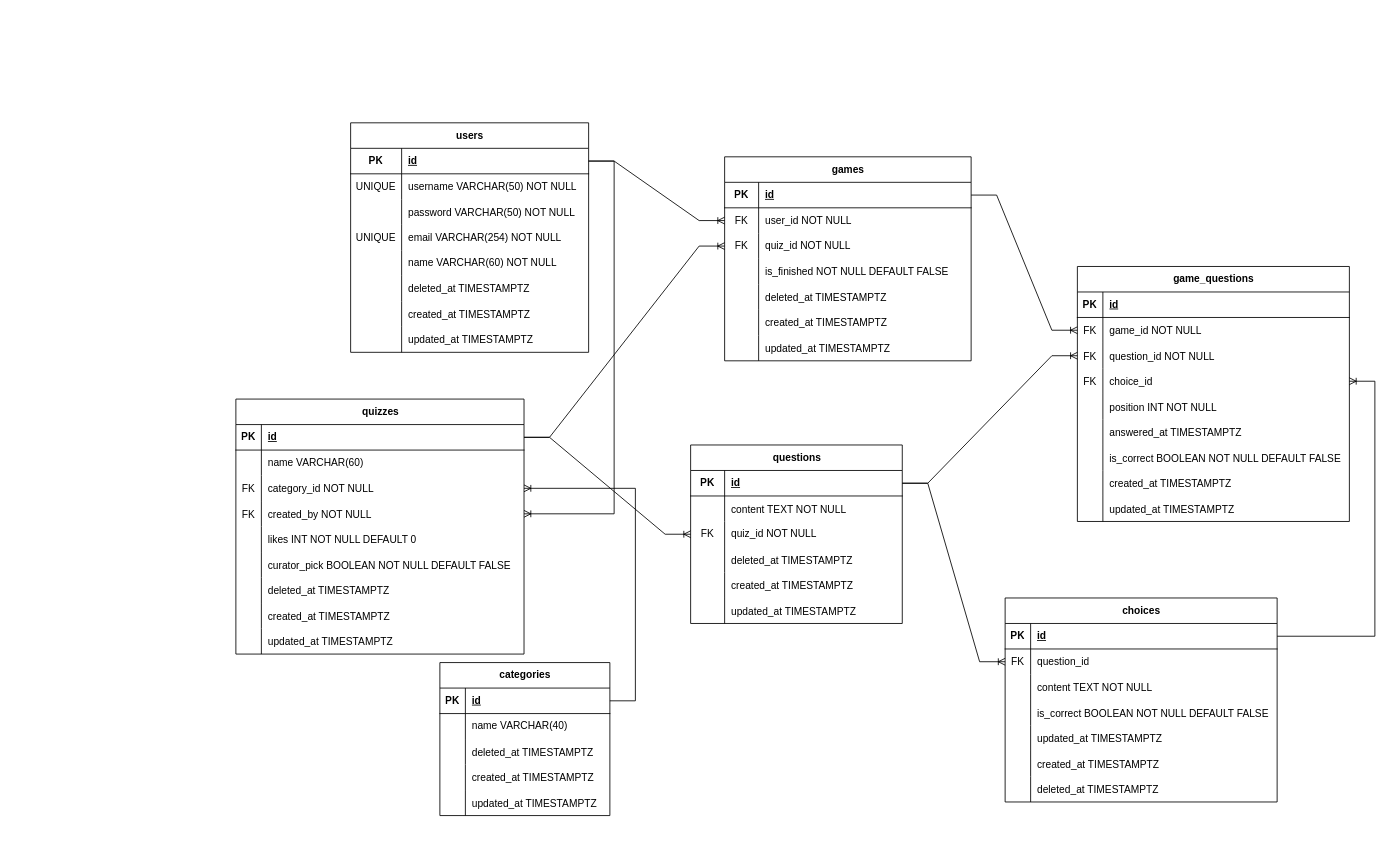
Earlier version of the draw.io diagram docs/db/diagramaLogico.drawio (yandevv/backend-intelliquiz). Source tidied: cells renumbered, new cells numbered last; positions are measured from the earlier drawing's top-left corner, leaving out a move shared by most shapes. Both pictures are drawn from the tidied source at 85%, with x=0, y=0 at pixel (235, 122).
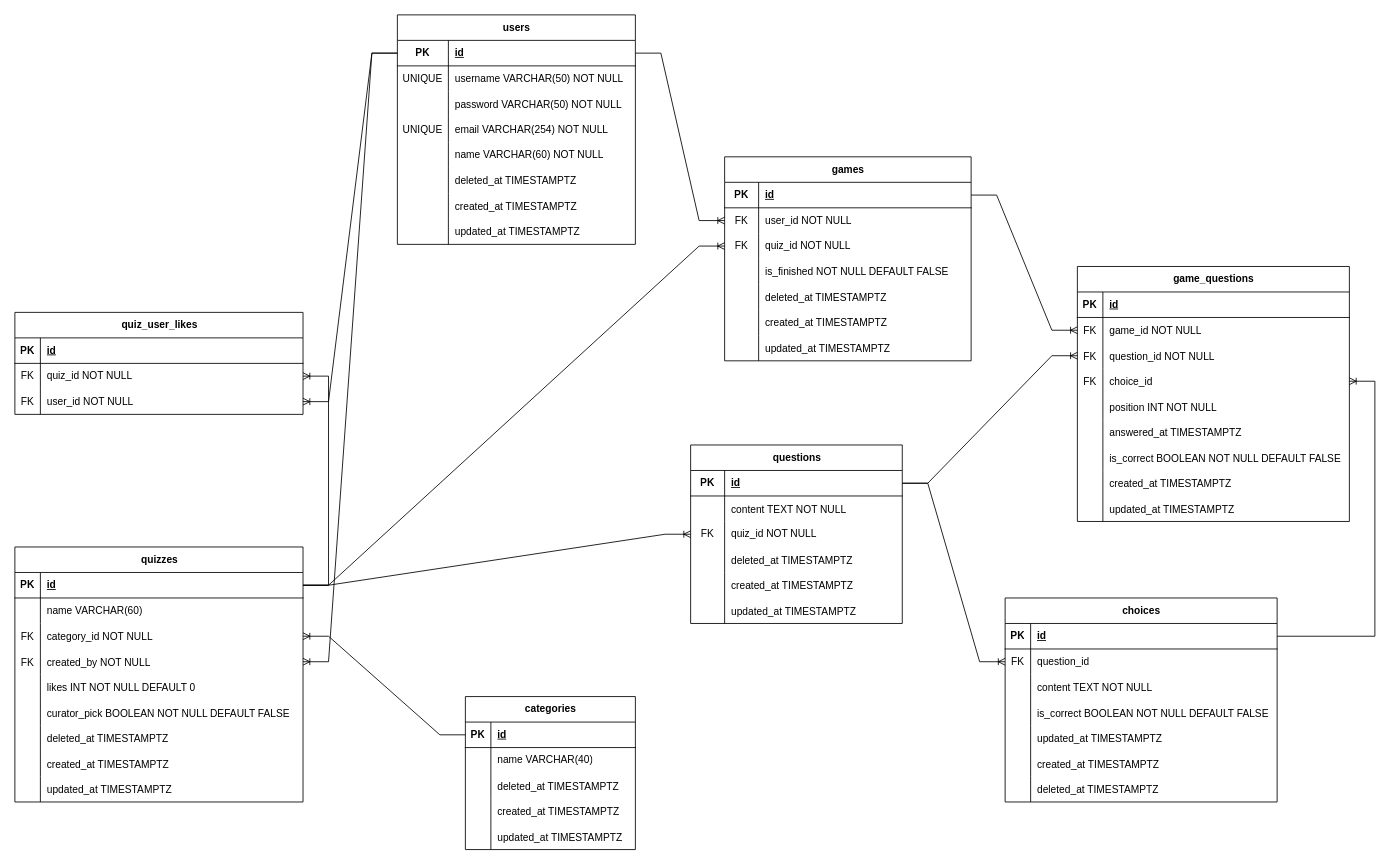
Above is the later version.

Commit message (it also covers changes not shown here):
docs(logicalDiagram): added likes relation between users and quizzes on documentation

The change refers to these unchanged cells:
```xml
<mxCell id="7" style="shape=tableRow;horizontal=0;startSize=0;swimlaneHead=0;swimlaneBody=0;fillColor=none;points=[[0,0.5],[1,0.5]];portConstraint=eastwest;top=0;left=0;right=0;bottom=1;" parent="6" vertex="1">
  <mxGeometry y="30" width="280" height="30" as="geometry" />
</mxCell>
<mxCell id="32" style="shape=tableRow;horizontal=0;startSize=0;swimlaneHead=0;swimlaneBody=0;fillColor=none;points=[[0,0.5],[1,0.5]];portConstraint=eastwest;top=0;left=0;right=0;bottom=1;" parent="31" vertex="1">
  <mxGeometry y="30" width="339" height="30" as="geometry" />
</mxCell>
```

What changed in the source:
```diff
@@
     <mxCell id="6" value="users" style="shape=table;startSize=30;childLayout=tableLayout;rowLines=0;fontStyle=1;align=center;html=1;" parent="1" vertex="1">
-      <mxGeometry x="135" width="280" height="270" as="geometry" />
+      <mxGeometry x="190" y="-127" width="280" height="270" as="geometry" />
     </mxCell>
@@
     <mxCell id="31" value="quizzes" style="shape=table;startSize=30;childLayout=tableLayout;rowLines=0;fontStyle=1;align=center;html=1;" parent="1" vertex="1">
-      <mxGeometry y="325" width="339" height="300" as="geometry" />
+      <mxGeometry x="-260" y="499" width="339" height="300" as="geometry" />
     </mxCell>
@@
     <mxCell id="78" value="categories" style="shape=table;startSize=30;childLayout=tableLayout;rowLines=0;fontStyle=1;align=center;html=1;" parent="1" vertex="1">
-      <mxGeometry x="240" y="635" width="200" height="180" as="geometry" />
+      <mxGeometry x="270" y="675" width="200" height="180" as="geometry" />
     </mxCell>
@@
+    <mxCell id="171" value="quiz_user_likes" style="shape=table;startSize=30;childLayout=tableLayout;rowLines=0;fontStyle=1;align=center;html=1;" parent="1" vertex="1">
+      <mxGeometry x="-260" y="223" width="339" height="120" as="geometry" />
+    </mxCell>
+    <mxCell id="172" style="shape=tableRow;horizontal=0;startSize=0;swimlaneHead=0;swimlaneBody=0;fillColor=none;top=0;left=0;right=0;bottom=1;" parent="171" vertex="1">
+      <mxGeometry y="30" width="339" height="30" as="geometry" />
+    </mxCell>
+    <mxCell id="173" value="PK" style="shape=partialRectangle;fillColor=none;top=0;left=0;bottom=0;right=0;fontStyle=1;overflow=hidden;whiteSpace=wrap;html=1;" parent="172" vertex="1">
+      <mxGeometry width="30" height="30" as="geometry" />
+    </mxCell>
+    <mxCell id="174" value="id" style="shape=partialRectangle;fillColor=none;top=0;left=0;bottom=0;right=0;align=left;spacingLeft=6;fontStyle=5;overflow=hidden;whiteSpace=wrap;html=1;" parent="172" vertex="1">
+      <mxGeometry x="30" width="309" height="30" as="geometry" />
+    </mxCell>
+    <mxCell id="175" style="shape=tableRow;horizontal=0;startSize=0;swimlaneHead=0;swimlaneBody=0;fillColor=none;points=[[0,0.5],[1,0.5]];portConstraint=eastwest;top=0;left=0;right=0;bottom=0;" parent="171" vertex="1">
+      <mxGeometry y="60" width="339" height="30" as="geometry" />
+    </mxCell>
+    <mxCell id="176" value="FK" style="shape=partialRectangle;fillColor=none;top=0;left=0;bottom=0;right=0;overflow=hidden;whiteSpace=wrap;html=1;" parent="175" vertex="1">
+      <mxGeometry width="30" height="30" as="geometry" />
+    </mxCell>
+    <mxCell id="177" value="quiz_id NOT NULL" style="shape=partialRectangle;fillColor=none;top=0;left=0;bottom=0;right=0;align=left;spacingLeft=6;overflow=hidden;whiteSpace=wrap;html=1;" parent="175" vertex="1">
+      <mxGeometry x="30" width="309" height="30" as="geometry" />
+    </mxCell>
+    <mxCell id="178" style="shape=tableRow;horizontal=0;startSize=0;swimlaneHead=0;swimlaneBody=0;fillColor=none;points=[[0,0.5],[1,0.5]];portConstraint=eastwest;top=0;left=0;right=0;bottom=0;" parent="171" vertex="1">
+      <mxGeometry y="90" width="339" height="30" as="geometry" />
+    </mxCell>
+    <mxCell id="179" value="FK" style="shape=partialRectangle;fillColor=none;top=0;left=0;bottom=0;right=0;overflow=hidden;" parent="178" vertex="1">
+      <mxGeometry width="30" height="30" as="geometry" />
+    </mxCell>
+    <mxCell id="180" value="user_id NOT NULL" style="shape=partialRectangle;fillColor=none;top=0;left=0;bottom=0;right=0;align=left;spacingLeft=6;overflow=hidden;flipV=0;" parent="178" vertex="1">
+      <mxGeometry x="30" width="309" height="30" as="geometry" />
+    </mxCell>
+    <mxCell id="181" style="edgeStyle=entityRelationEdgeStyle;fontSize=12;html=1;endArrow=ERoneToMany;rounded=0;" parent="1" edge="1" source="32" target="175">
+      <mxGeometry relative="1" as="geometry" />
+    </mxCell>
+    <mxCell id="182" style="edgeStyle=entityRelationEdgeStyle;fontSize=12;html=1;endArrow=ERoneToMany;rounded=0;" parent="1" edge="1" source="7" target="178">
+      <mxGeometry relative="1" as="geometry">
+        <Array as="points">
+          <mxPoint x="10" y="103" />
+        </Array>
+      </mxGeometry>
+    </mxCell>
```
